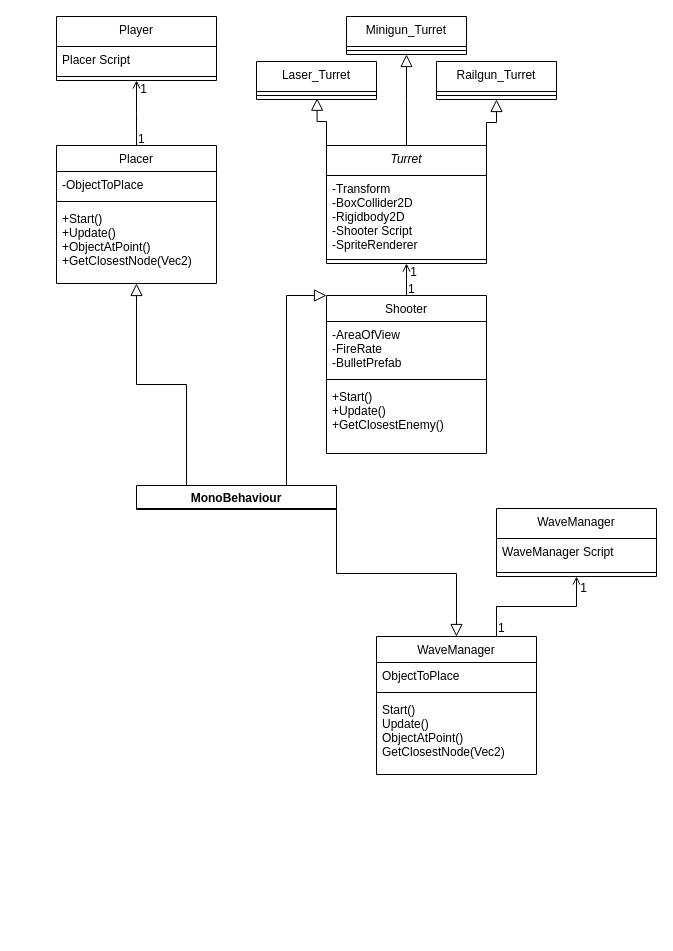
Earlier version of the draw.io diagram Assets/UML Diagram.drawio (Astrophsica/AlienAttack). Source tidied: cells renumbered, new cells numbered last; positions are measured from the earlier drawing's top-left corner, leaving out a move shared by most shapes. Both pictures are drawn from the tidied source at 100%, with x=0, y=0 at pixel (56, 16).
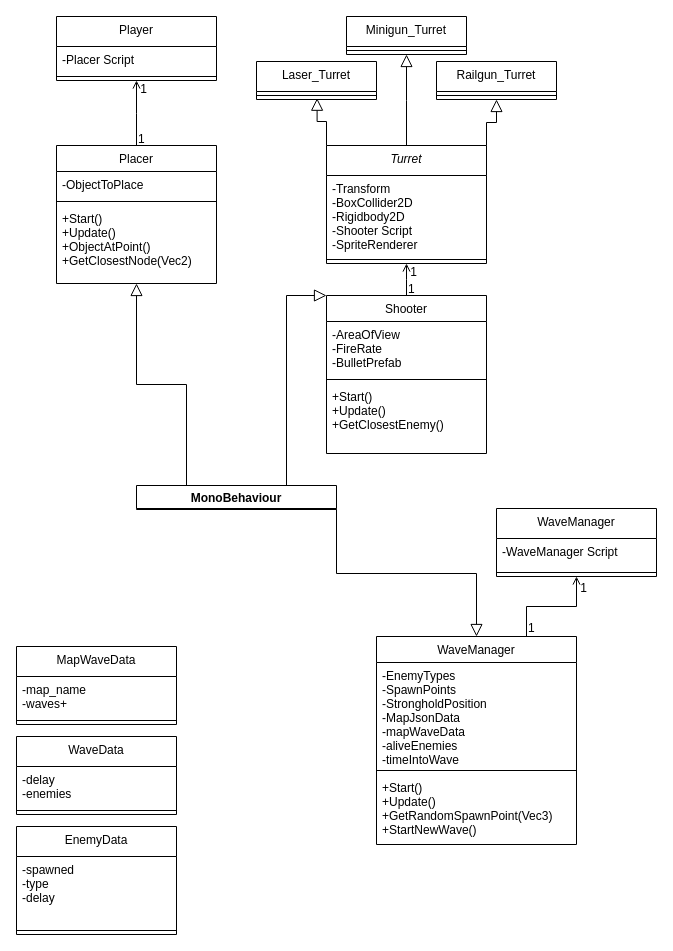
Above is the later version.

Unchanged cells that the change refers to:
```xml
<mxCell id="2" value="Player" style="swimlane;fontStyle=0;align=center;verticalAlign=top;horizontal=1;startSize=30;rounded=0;shadow=0;strokeWidth=1;" parent="1" vertex="1">
  <mxGeometry width="160" height="64" as="geometry" />
</mxCell>
<mxCell id="34" value="WaveManager" style="swimlane;fontStyle=0;align=center;verticalAlign=top;horizontal=1;startSize=30;rounded=0;shadow=0;strokeWidth=1;" parent="1" vertex="1">
  <mxGeometry x="440" y="492" width="160" height="68" as="geometry" />
</mxCell>
```

Diff of the diagram source:
```diff
@@
-    <mxCell id="3" value="Placer Script&#10;" style="text;align=left;verticalAlign=top;spacingLeft=4;spacingRight=4;overflow=hidden;rounded=0;shadow=0;html=0;" parent="2" vertex="1">
+    <mxCell id="3" value="-Placer Script&#10;" style="text;align=left;verticalAlign=top;spacingLeft=4;spacingRight=4;overflow=hidden;rounded=0;shadow=0;html=0;" parent="2" vertex="1">
       <mxGeometry y="30" width="160" height="26" as="geometry" />
     </mxCell>
@@
-    <mxCell id="35" value="WaveManager Script&#10;" style="text;align=left;verticalAlign=top;spacingLeft=4;spacingRight=4;overflow=hidden;rounded=0;shadow=0;html=0;" parent="34" vertex="1">
+    <mxCell id="35" value="-WaveManager Script&#10;" style="text;align=left;verticalAlign=top;spacingLeft=4;spacingRight=4;overflow=hidden;rounded=0;shadow=0;html=0;" parent="34" vertex="1">
       <mxGeometry y="30" width="160" height="30" as="geometry" />
     </mxCell>
@@
     <mxCell id="37" value="WaveManager" style="swimlane;fontStyle=0;align=center;verticalAlign=top;horizontal=1;startSize=26;rounded=0;shadow=0;strokeWidth=1;" parent="1" vertex="1">
-      <mxGeometry x="320" y="620" width="160" height="138" as="geometry" />
+      <mxGeometry x="320" y="620" width="200" height="208" as="geometry" />
     </mxCell>
-    <mxCell id="38" value="ObjectToPlace" style="text;align=left;verticalAlign=top;spacingLeft=4;spacingRight=4;overflow=hidden;" parent="37" vertex="1">
-      <mxGeometry y="26" width="160" height="26" as="geometry" />
+    <mxCell id="38" value="-EnemyTypes&#10;-SpawnPoints&#10;-StrongholdPosition&#10;-MapJsonData&#10;-mapWaveData&#10;-aliveEnemies&#10;-timeIntoWave" style="text;align=left;verticalAlign=top;spacingLeft=4;spacingRight=4;overflow=hidden;" parent="37" vertex="1">
+      <mxGeometry y="26" width="200" height="104" as="geometry" />
     </mxCell>
     <mxCell id="39" style="line;html=1;strokeWidth=1;align=left;verticalAlign=middle;spacingTop=-1;spacingLeft=3;spacingRight=3;labelPosition=right;" parent="37" vertex="1">
-      <mxGeometry y="52" width="160" height="8" as="geometry" />
+      <mxGeometry y="130" width="200" height="8" as="geometry" />
     </mxCell>
-    <mxCell id="40" value="Start()&#10;Update()&#10;ObjectAtPoint()&#10;GetClosestNode(Vec2)" style="text;align=left;verticalAlign=top;spacingLeft=4;spacingRight=4;overflow=hidden;" parent="37" vertex="1">
-      <mxGeometry y="60" width="160" height="70" as="geometry" />
+    <mxCell id="40" value="+Start()&#10;+Update()&#10;+GetRandomSpawnPoint(Vec3)&#10;+StartNewWave()" style="text;align=left;verticalAlign=top;spacingLeft=4;spacingRight=4;overflow=hidden;" parent="37" vertex="1">
+      <mxGeometry y="138" width="200" height="70" as="geometry" />
     </mxCell>
@@
+    <mxCell id="45" value="MapWaveData" style="swimlane;fontStyle=0;align=center;verticalAlign=top;horizontal=1;startSize=30;rounded=0;shadow=0;strokeWidth=1;" parent="1" vertex="1">
+      <mxGeometry x="-40" y="630" width="160" height="78" as="geometry" />
+    </mxCell>
+    <mxCell id="46" value="-map_name&#10;-waves+" style="text;align=left;verticalAlign=top;spacingLeft=4;spacingRight=4;overflow=hidden;rounded=0;shadow=0;html=0;" parent="45" vertex="1">
+      <mxGeometry y="30" width="160" height="40" as="geometry" />
+    </mxCell>
+    <mxCell id="47" style="line;html=1;strokeWidth=1;align=left;verticalAlign=middle;spacingTop=-1;spacingLeft=3;spacingRight=3;labelPosition=right;" parent="45" vertex="1">
+      <mxGeometry y="70" width="160" height="8" as="geometry" />
+    </mxCell>
+    <mxCell id="48" value="WaveData" style="swimlane;fontStyle=0;align=center;verticalAlign=top;horizontal=1;startSize=30;rounded=0;shadow=0;strokeWidth=1;" parent="1" vertex="1">
+      <mxGeometry x="-40" y="720" width="160" height="78" as="geometry" />
+    </mxCell>
+    <mxCell id="49" value="-delay&#10;-enemies" style="text;align=left;verticalAlign=top;spacingLeft=4;spacingRight=4;overflow=hidden;rounded=0;shadow=0;html=0;" parent="48" vertex="1">
+      <mxGeometry y="30" width="160" height="40" as="geometry" />
+    </mxCell>
+    <mxCell id="50" style="line;html=1;strokeWidth=1;align=left;verticalAlign=middle;spacingTop=-1;spacingLeft=3;spacingRight=3;labelPosition=right;" parent="48" vertex="1">
+      <mxGeometry y="70" width="160" height="8" as="geometry" />
+    </mxCell>
+    <mxCell id="51" value="EnemyData" style="swimlane;fontStyle=0;align=center;verticalAlign=top;horizontal=1;startSize=30;rounded=0;shadow=0;strokeWidth=1;" parent="1" vertex="1">
+      <mxGeometry x="-40" y="810" width="160" height="108" as="geometry" />
+    </mxCell>
+    <mxCell id="52" value="-spawned&#10;-type&#10;-delay" style="text;align=left;verticalAlign=top;spacingLeft=4;spacingRight=4;overflow=hidden;rounded=0;shadow=0;html=0;" parent="51" vertex="1">
+      <mxGeometry y="30" width="160" height="70" as="geometry" />
+    </mxCell>
+    <mxCell id="53" style="line;html=1;strokeWidth=1;align=left;verticalAlign=middle;spacingTop=-1;spacingLeft=3;spacingRight=3;labelPosition=right;" parent="51" vertex="1">
+      <mxGeometry y="100" width="160" height="8" as="geometry" />
+    </mxCell>
```
